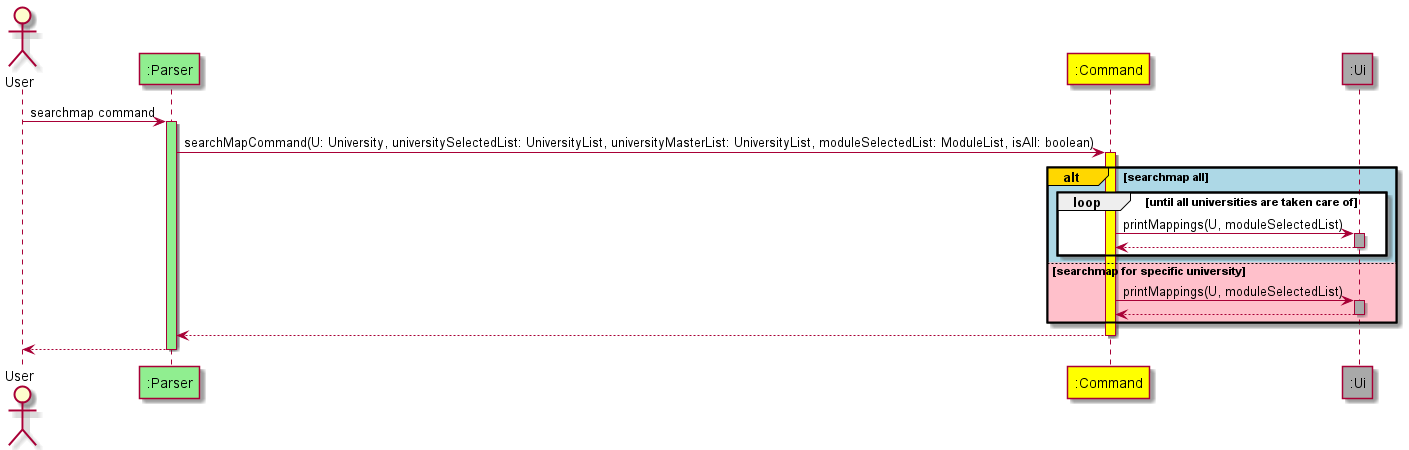
Before: docs/images/searchmapseq.png, a diagram exported from PlantUML (nus-cs2113-AY2122S1/tp). The source it was exported from:
```plantuml
@startuml

actor User

participant ":Parser" #LightGreen
User -> ":Parser" ++ #LightGreen: searchmap command

participant ":Command" #Yellow
":Parser" -> ":Command" ++ #Yellow : searchMapCommand(U: University, universitySelectedList: UniversityList, universityMasterList: UniversityList, moduleSelectedList: ModuleList, isAll: boolean)

alt#Gold #LightBlue searchmap all

loop until all universities are taken care of

participant ":Ui" #DarkGrey
":Command" -> ":Ui" ++ #DarkGrey : printMappings(U, moduleSelectedList)
return
deactivate ":Ui"

end

else #Pink searchmap for specific university

participant ":Ui" #DarkGrey
":Command" -> ":Ui" ++ #DarkGrey : printMappings(U, moduleSelectedList)
return
deactivate ":Ui"

end

":Command" --> ":Parser"
deactivate ":Command"

":Parser" --> User
deactivate ":Parser"
@enduml
```
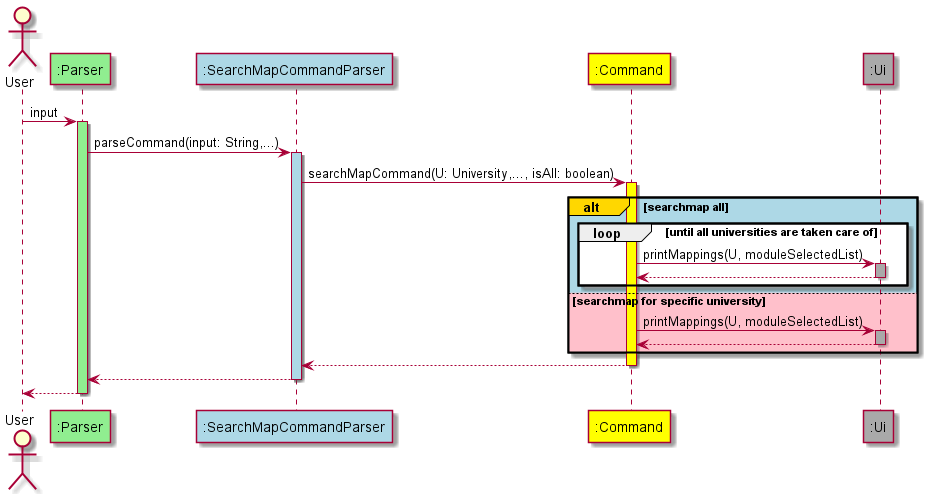
After the commit.

Diff of the diagram source:
```diff
@@ -3,10 +3,13 @@
 actor User
 
 participant ":Parser" #LightGreen
-User -> ":Parser" ++ #LightGreen: searchmap command
+User -> ":Parser" ++ #LightGreen: input
+
+participant ":SearchMapCommandParser" #LightBlue
+":Parser" -> ":SearchMapCommandParser" ++  #LightBlue : parseCommand(input: String,...)
 
 participant ":Command" #Yellow
-":Parser" -> ":Command" ++ #Yellow : searchMapCommand(U: University, universitySelectedList: UniversityList, universityMasterList: UniversityList, moduleSelectedList: ModuleList, isAll: boolean)
+":SearchMapCommandParser" -> ":Command" ++ #Yellow : searchMapCommand(U: University,..., isAll: boolean)
 
 alt#Gold #LightBlue searchmap all
 
@@ -24,12 +27,16 @@
 participant ":Ui" #DarkGrey
 ":Command" -> ":Ui" ++ #DarkGrey : printMappings(U, moduleSelectedList)
 return
+
 deactivate ":Ui"
 
 end
 
-":Command" --> ":Parser"
+":Command" --> ":SearchMapCommandParser"
 deactivate ":Command"
+
+":SearchMapCommandParser" --> ":Parser"
+deactivate ":SearchMapCommandParser"
 
 ":Parser" --> User
 deactivate ":Parser"
```
